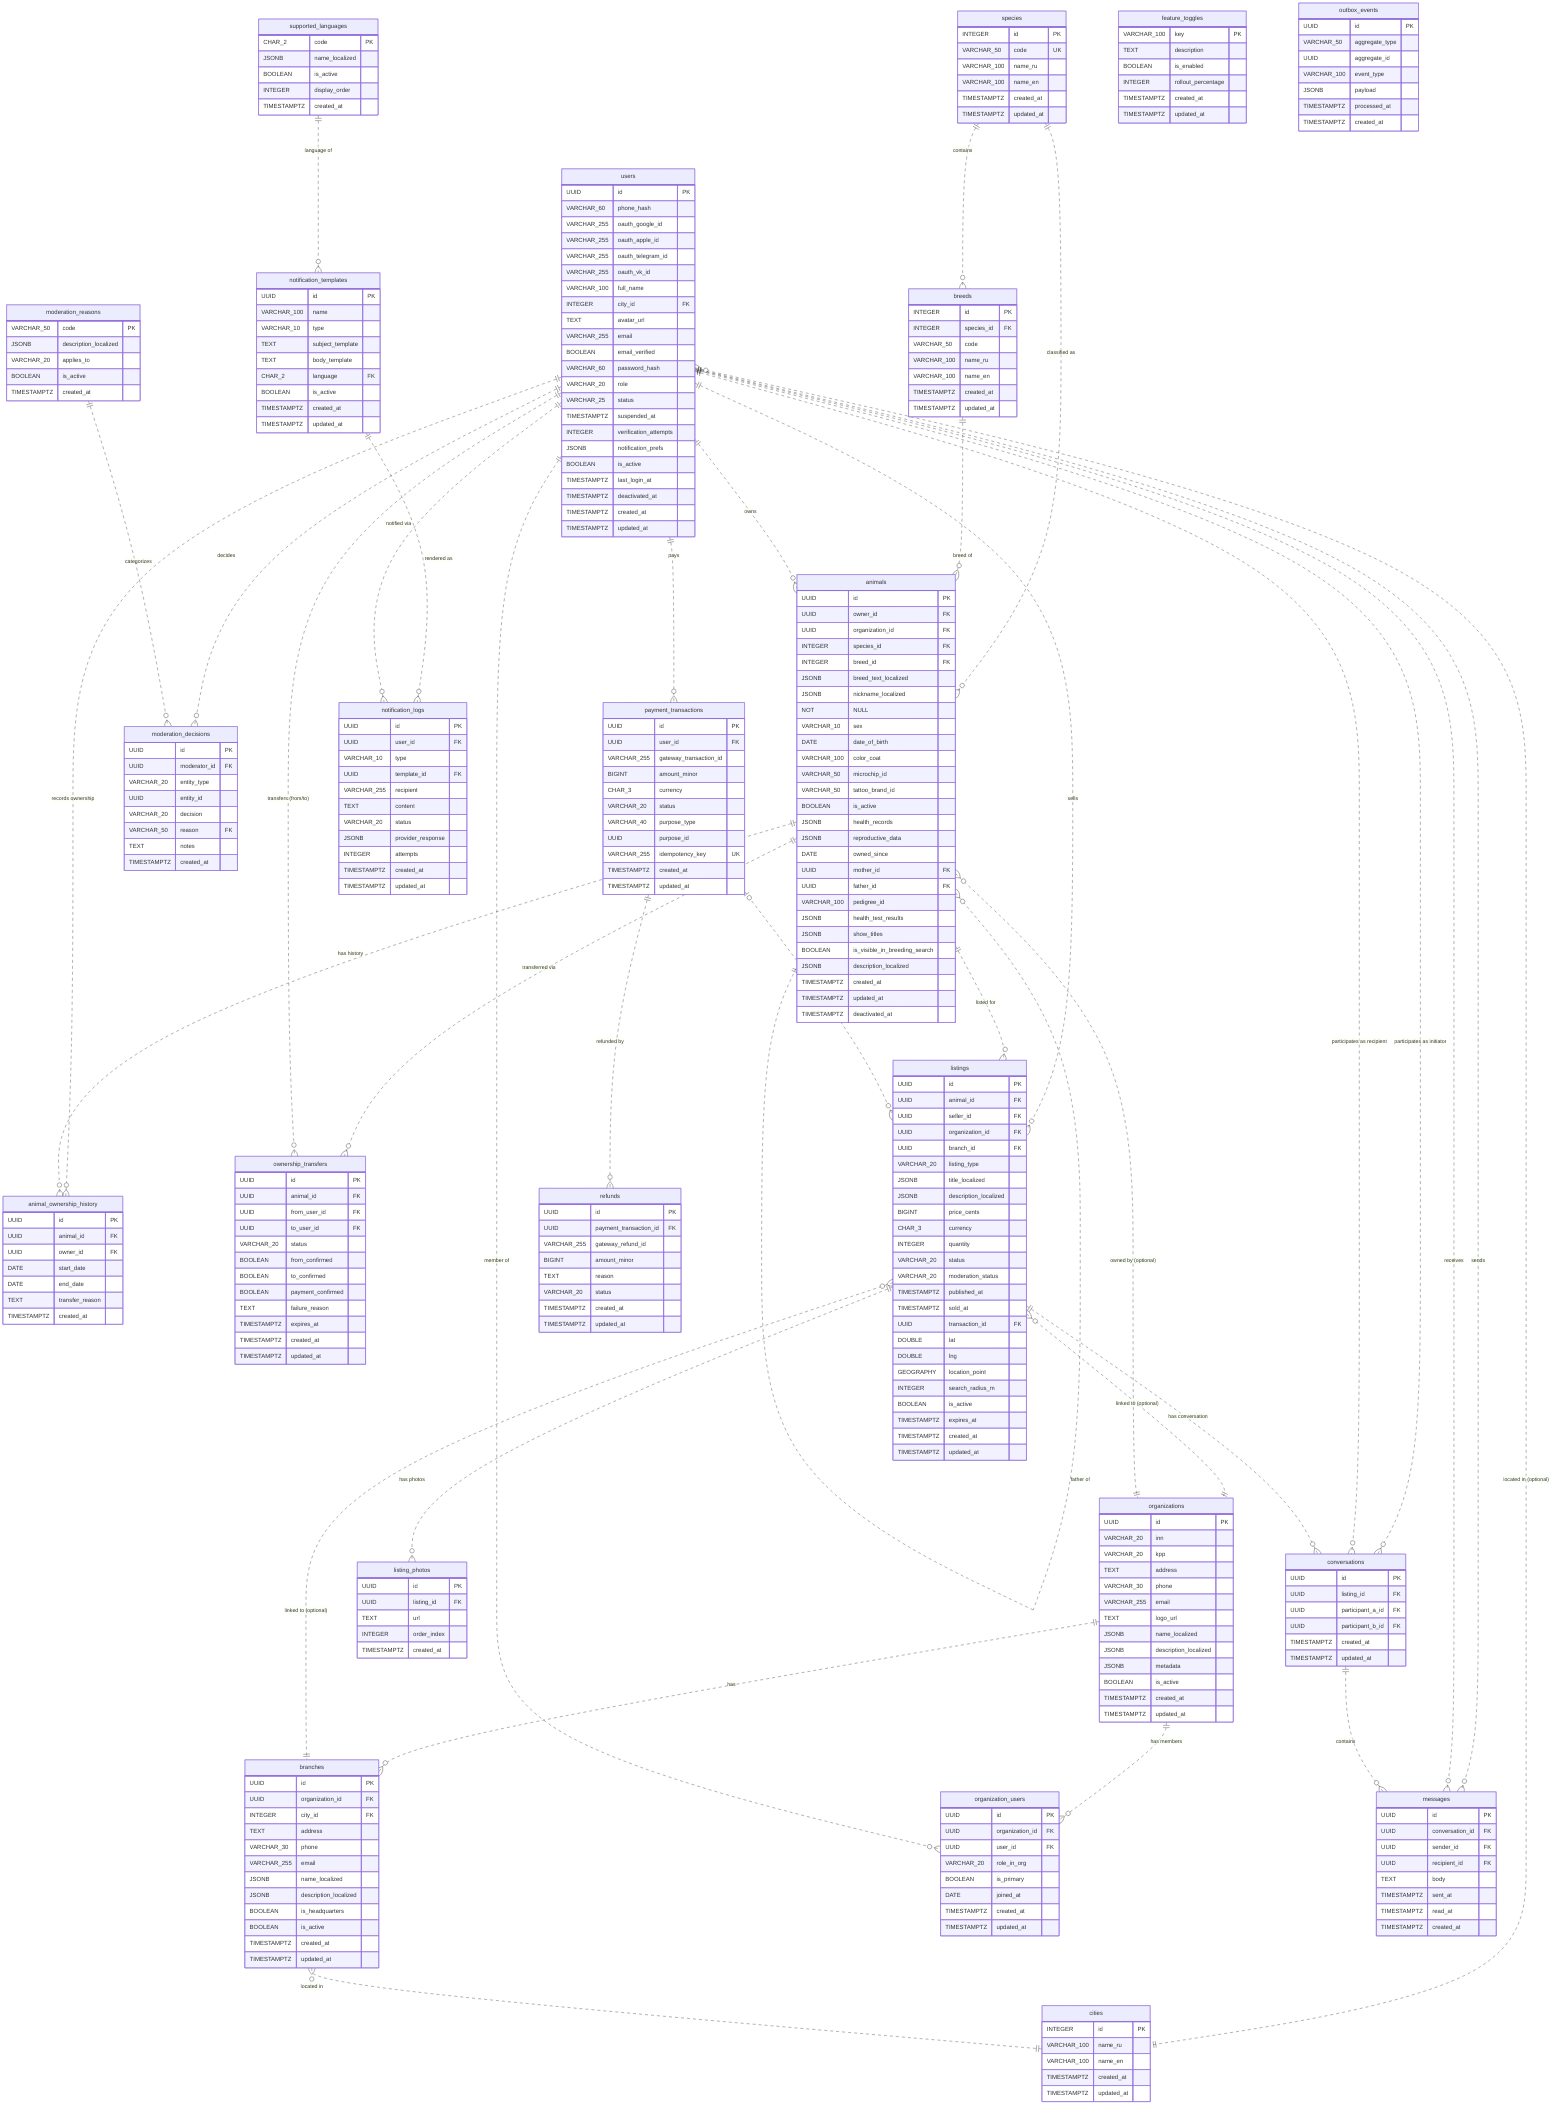
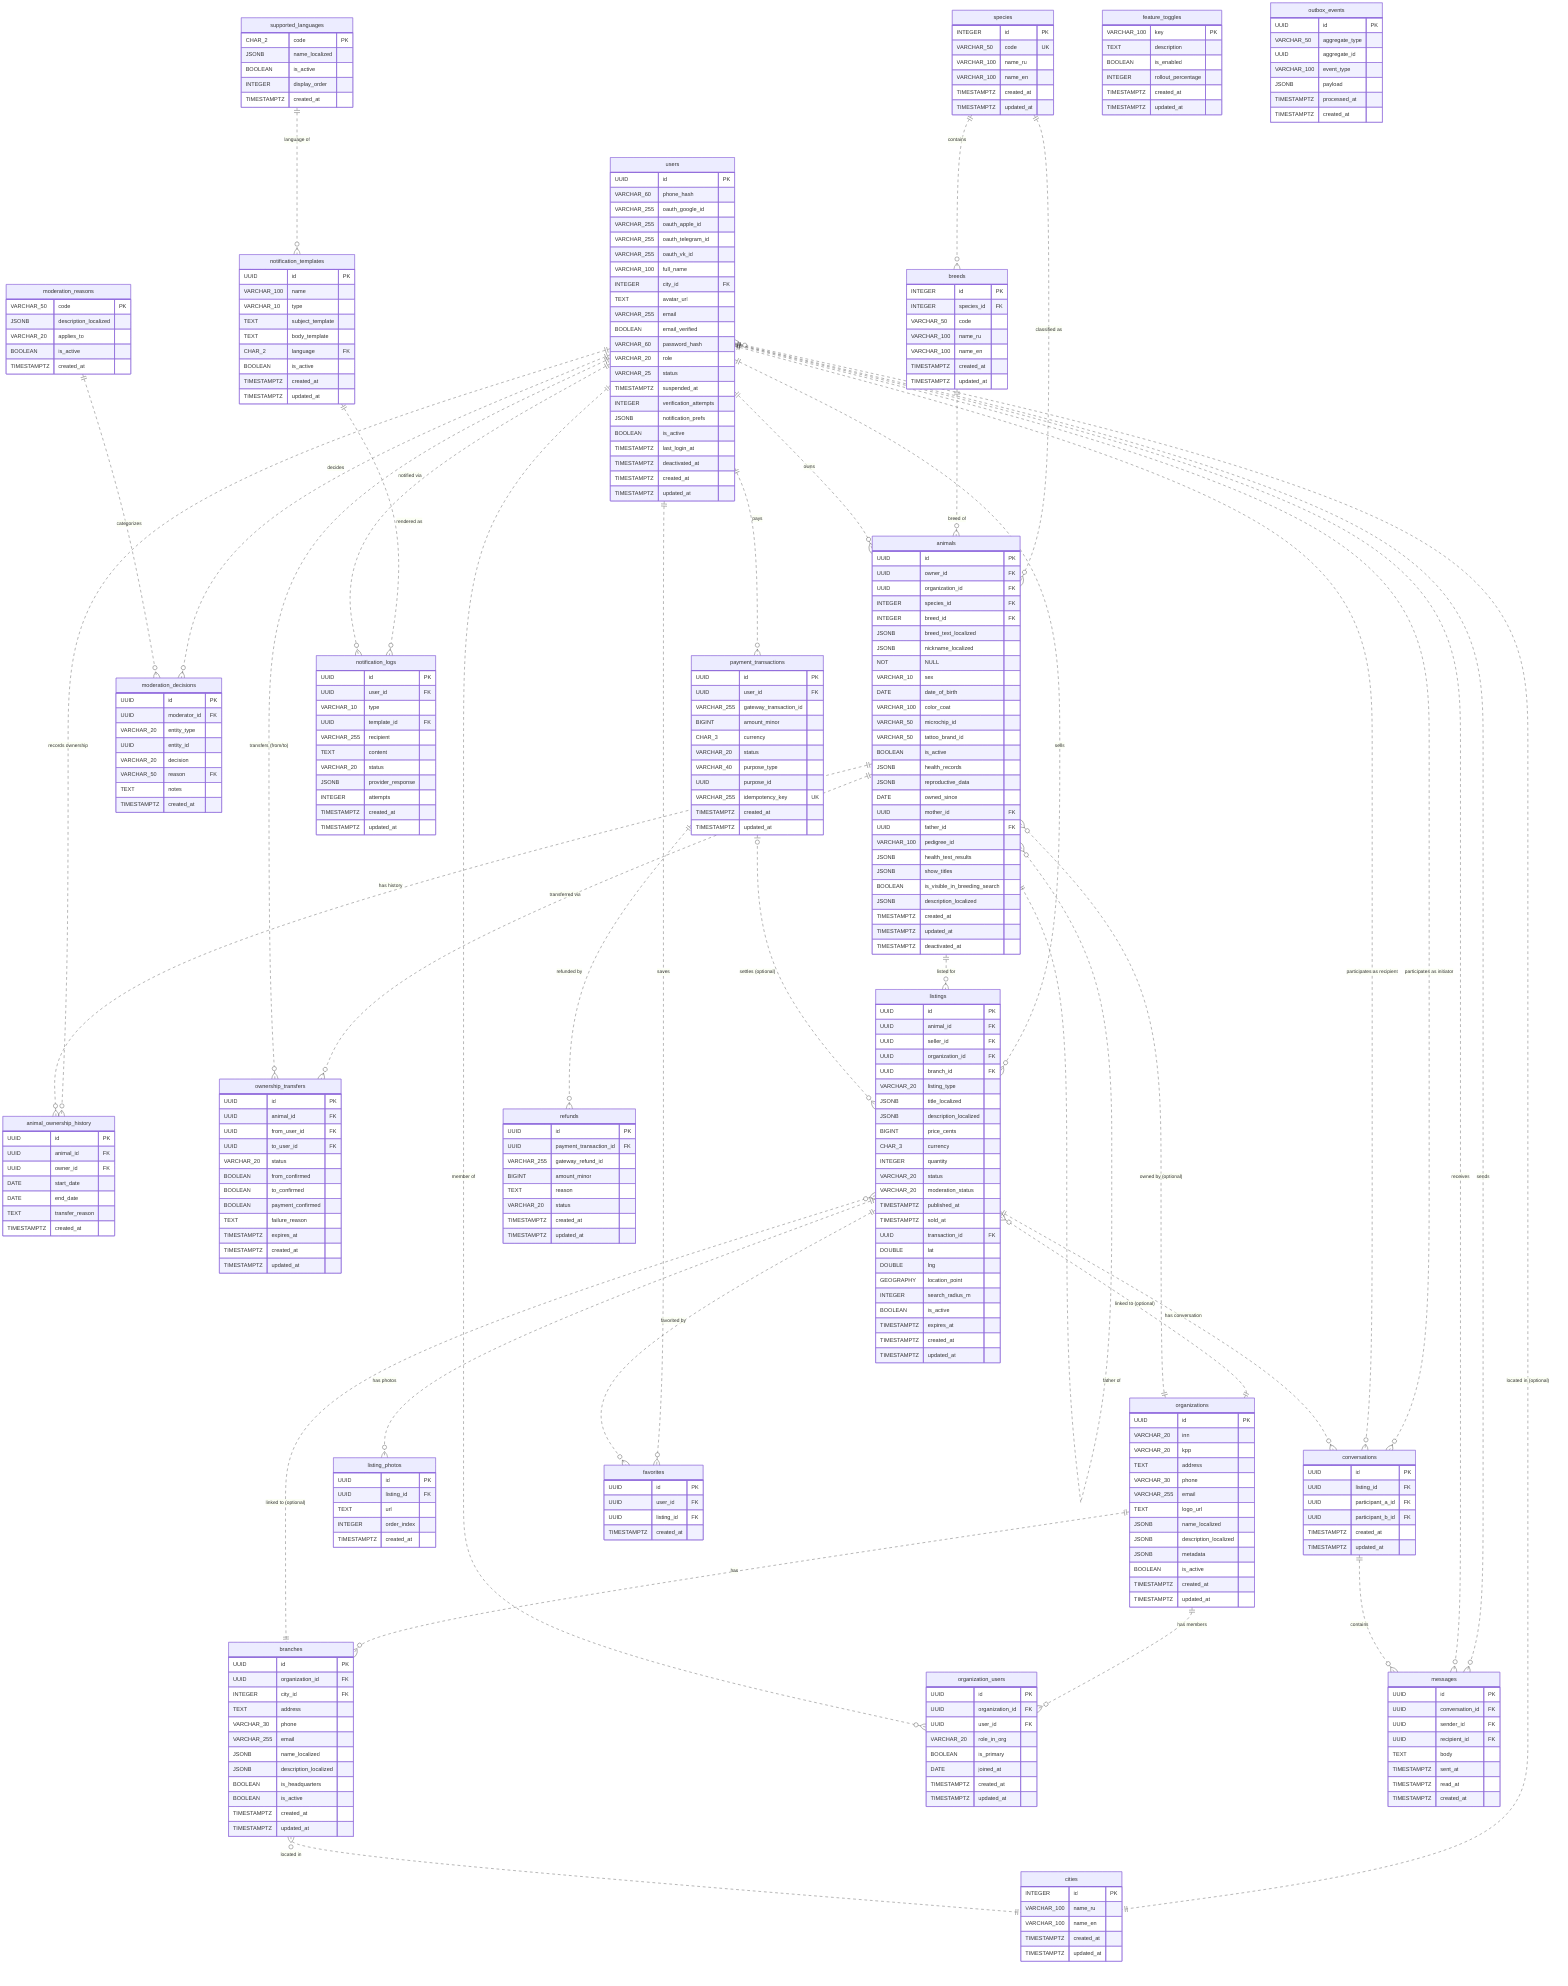
erDiagram
    %% Reference Data Tables
    species {
        INTEGER id PK
        VARCHAR_50 code UK
        VARCHAR_100 name_ru
        VARCHAR_100 name_en
        TIMESTAMPTZ created_at
        TIMESTAMPTZ updated_at
    }
    breeds {
        INTEGER id PK
        INTEGER species_id FK
        VARCHAR_50 code
        VARCHAR_100 name_ru
        VARCHAR_100 name_en
        TIMESTAMPTZ created_at
        TIMESTAMPTZ updated_at
        %% UK (species_id, code)
    }
    cities {
        INTEGER id PK
        VARCHAR_100 name_ru
        VARCHAR_100 name_en
        TIMESTAMPTZ created_at
        TIMESTAMPTZ updated_at
    }
    supported_languages {
        CHAR_2 code PK
        JSONB name_localized
        BOOLEAN is_active
        INTEGER display_order
        TIMESTAMPTZ created_at
    }

    %% Identity Domain
    users {
        UUID id PK
        VARCHAR_60 phone_hash
        VARCHAR_255 oauth_google_id
        VARCHAR_255 oauth_apple_id
        VARCHAR_255 oauth_telegram_id
        VARCHAR_255 oauth_vk_id
        VARCHAR_100 full_name
        INTEGER city_id FK
        TEXT avatar_url
        VARCHAR_255 email
        BOOLEAN email_verified
        VARCHAR_60 password_hash
        VARCHAR_20 role
        VARCHAR_25 status
        TIMESTAMPTZ suspended_at
        INTEGER verification_attempts
        JSONB notification_prefs
        BOOLEAN is_active
        TIMESTAMPTZ last_login_at
        TIMESTAMPTZ deactivated_at
        TIMESTAMPTZ created_at
        TIMESTAMPTZ updated_at
    }

    %% Animal Domain
    animals {
        UUID id PK
        UUID owner_id FK
        UUID organization_id FK
        INTEGER species_id FK
        INTEGER breed_id FK
        JSONB breed_text_localized
        JSONB nickname_localized NOT NULL
        VARCHAR_10 sex
        DATE date_of_birth
        VARCHAR_100 color_coat
        VARCHAR_50 microchip_id
        VARCHAR_50 tattoo_brand_id
        BOOLEAN is_active
        JSONB health_records
        JSONB reproductive_data
        DATE owned_since
        UUID mother_id FK
        UUID father_id FK
        VARCHAR_100 pedigree_id
        JSONB health_test_results
        JSONB show_titles
        BOOLEAN is_visible_in_breeding_search
        JSONB description_localized
        TIMESTAMPTZ created_at
        TIMESTAMPTZ updated_at
        TIMESTAMPTZ deactivated_at
    }
    animal_ownership_history {
        UUID id PK
        UUID animal_id FK
        UUID owner_id FK
        DATE start_date
        DATE end_date
        TEXT transfer_reason
        TIMESTAMPTZ created_at
    }
    ownership_transfers {
        UUID id PK
        UUID animal_id FK
        UUID from_user_id FK
        UUID to_user_id FK
        VARCHAR_20 status
        BOOLEAN from_confirmed
        BOOLEAN to_confirmed
        BOOLEAN payment_confirmed
        TEXT failure_reason
        TIMESTAMPTZ expires_at
        TIMESTAMPTZ created_at
        TIMESTAMPTZ updated_at
    }

    %% Organization Domain
    organizations {
        UUID id PK
        VARCHAR_20 inn
        VARCHAR_20 kpp
        TEXT address
        VARCHAR_30 phone
        VARCHAR_255 email
        TEXT logo_url
        JSONB name_localized
        JSONB description_localized
        JSONB metadata
        BOOLEAN is_active
        TIMESTAMPTZ created_at
        TIMESTAMPTZ updated_at
    }
    branches {
        UUID id PK
        UUID organization_id FK
        INTEGER city_id FK
        TEXT address
        VARCHAR_30 phone
        VARCHAR_255 email
        JSONB name_localized
        JSONB description_localized
        BOOLEAN is_headquarters
        BOOLEAN is_active
        TIMESTAMPTZ created_at
        TIMESTAMPTZ updated_at
    }
    organization_users {
        UUID id PK
        UUID organization_id FK
        UUID user_id FK
        VARCHAR_20 role_in_org
        BOOLEAN is_primary
        DATE joined_at
        TIMESTAMPTZ created_at
        TIMESTAMPTZ updated_at
        %% UK (organization_id, user_id)
    }

    %% Marketplace/Listings Domain
    listings {
        UUID id PK
        UUID animal_id FK
        UUID seller_id FK
        UUID organization_id FK
        UUID branch_id FK
        VARCHAR_20 listing_type
        JSONB title_localized
        JSONB description_localized
        BIGINT price_cents
        CHAR_3 currency
        INTEGER quantity
        VARCHAR_20 status
        VARCHAR_20 moderation_status
        TIMESTAMPTZ published_at
        TIMESTAMPTZ sold_at
        UUID transaction_id FK
        DOUBLE lat
        DOUBLE lng
        GEOGRAPHY location_point
        INTEGER search_radius_m
        BOOLEAN is_active
        TIMESTAMPTZ expires_at
        TIMESTAMPTZ created_at
        TIMESTAMPTZ updated_at
        %% UK (animal_id, listing_type) WHERE status='ACTIVE'
    }
    listing_photos {
        UUID id PK
        UUID listing_id FK
        TEXT url
        INTEGER order_index
        TIMESTAMPTZ created_at
    }
    conversations {
        UUID id PK
        UUID listing_id FK
        UUID participant_a_id FK
        UUID participant_b_id FK
        TIMESTAMPTZ created_at
        TIMESTAMPTZ updated_at
    }
    messages {
        UUID id PK
        UUID conversation_id FK
        UUID sender_id FK
        UUID recipient_id FK
        TEXT body
        TIMESTAMPTZ sent_at
        TIMESTAMPTZ read_at
        TIMESTAMPTZ created_at
    }

    %% Moderation Domain
    moderation_reasons {
        VARCHAR_50 code PK
        JSONB description_localized
        VARCHAR_20 applies_to
        BOOLEAN is_active
        TIMESTAMPTZ created_at
    }
    moderation_decisions {
        UUID id PK
        UUID moderator_id FK
        VARCHAR_20 entity_type
        UUID entity_id
        VARCHAR_20 decision
        VARCHAR_50 reason FK
        TEXT notes
        TIMESTAMPTZ created_at
        %% append-only (immutable)
    }

    %% Payment Domain
    payment_transactions {
        UUID id PK
        UUID user_id FK
        VARCHAR_255 gateway_transaction_id
        BIGINT amount_minor
        CHAR_3 currency
        VARCHAR_20 status
        VARCHAR_40 purpose_type
        UUID purpose_id
        VARCHAR_255 idempotency_key UK
        TIMESTAMPTZ created_at
        TIMESTAMPTZ updated_at
    }
    refunds {
        UUID id PK
        UUID payment_transaction_id FK
        VARCHAR_255 gateway_refund_id
        BIGINT amount_minor
        TEXT reason
        VARCHAR_20 status
        TIMESTAMPTZ created_at
        TIMESTAMPTZ updated_at
    }

    %% Notification Domain
    notification_templates {
        UUID id PK
        VARCHAR_100 name
        VARCHAR_10 type
        TEXT subject_template
        TEXT body_template
        CHAR_2 language FK
        BOOLEAN is_active
        TIMESTAMPTZ created_at
        TIMESTAMPTZ updated_at
        %% UK (name, type, language)
    }
    notification_logs {
        UUID id PK
        UUID user_id FK
        VARCHAR_10 type
        UUID template_id FK
        VARCHAR_255 recipient
        TEXT content
        VARCHAR_20 status
        JSONB provider_response
        INTEGER attempts
        TIMESTAMPTZ created_at
        TIMESTAMPTZ updated_at
+     }
+ 
+     %% Favorites (MVP)
+     favorites {
+         UUID id PK
+         UUID user_id FK
+         UUID listing_id FK
+         TIMESTAMPTZ created_at
+         %% UK (user_id, listing_id)
    }

    %% Extensibility / System Tables
    feature_toggles {
        VARCHAR_100 key PK
        TEXT description
        BOOLEAN is_enabled
        INTEGER rollout_percentage
        TIMESTAMPTZ created_at
        TIMESTAMPTZ updated_at
    }
    outbox_events {
        UUID id PK
        VARCHAR_50 aggregate_type
        UUID aggregate_id
        VARCHAR_100 event_type
        JSONB payload
        TIMESTAMPTZ processed_at
        TIMESTAMPTZ created_at
    }

    %% Relationships
    species ||..o{ breeds : "contains"
    species ||..o{ animals : "classified as"
    breeds ||..o{ animals : "breed of"
    users }o..|| cities : "located in (optional)"
    users ||..o{ animals : "owns"
    users ||..o{ animal_ownership_history : "records ownership"
    users ||..o{ listings : "sells"
    users ||..o{ conversations : "participates as initiator"
    users ||..o{ conversations : "participates as recipient"
    users ||..o{ messages : "sends"
    users ||..o{ messages : "receives"
    animals ||..o{ animal_ownership_history : "has history"
    animals ||..o{ listings : "listed for"
    animals ||..o{ ownership_transfers : "transferred via"
    users ||..o{ ownership_transfers : "transfers (from/to)"
    animals }o..|| animals : "mother of"
    animals }o..|| animals : "father of"
    listings ||..o{ listing_photos : "has photos"
    listings ||..o{ conversations : "has conversation"
    conversations ||..o{ messages : "contains"
+     users ||..o{ favorites : "saves"
+     listings ||..o{ favorites : "favorited by"

    %% Organization Domain Relationships (junction = M:N resolved)
    organizations ||..o{ organization_users : "has members"
    users ||..o{ organization_users : "member of"
    organizations ||..o{ branches : "has"
    branches }o..|| cities : "located in"
    listings }o..|| organizations : "linked to (optional)"
    listings }o..|| branches : "linked to (optional)"
    animals }o..|| organizations : "owned by (optional)"

    %% Moderation / Payment / Notification Relationships
    users ||..o{ moderation_decisions : "decides"
    moderation_reasons ||..o{ moderation_decisions : "categorizes"
    users ||..o{ payment_transactions : "pays"
    payment_transactions ||..o{ refunds : "refunded by"
    payment_transactions |o..o{ listings : "settles (optional)"
    supported_languages ||..o{ notification_templates : "language of"
    notification_templates ||..o{ notification_logs : "rendered as"
    users ||..o{ notification_logs : "notified via"
